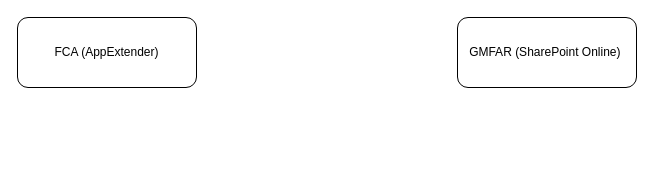
Earlier version of the draw.io diagram page "FCA" (6 of 6) of Nintex Workflow Cloud.drawio (ednat14/edna). Source tidied: cells renumbered, new cells numbered last; positions are measured from the earlier drawing's top-left corner, leaving out a move shared by most shapes. Both pictures are drawn from the tidied source at 100%, with x=0, y=0 at pixel (17, 17).
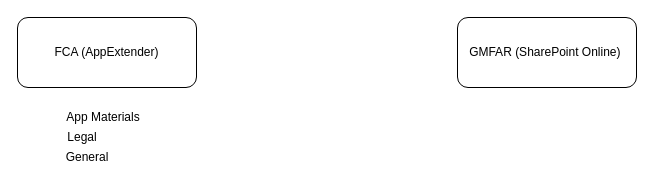
Above is the later version.

The edit, as a diff of the source:
```diff
@@
 <mxGraphModel>
   <root>
     <mxCell id="0" />
     <mxCell id="1" parent="0" />
     <mxCell id="2" value="FCA (AppExtender)" style="rounded=1;whiteSpace=wrap;html=1;" parent="1" vertex="1">
       <mxGeometry width="179" height="70" as="geometry" />
     </mxCell>
     <mxCell id="3" value="GMFAR (SharePoint Online)&amp;nbsp;" style="rounded=1;whiteSpace=wrap;html=1;" parent="1" vertex="1">
       <mxGeometry x="440" width="179" height="70" as="geometry" />
     </mxCell>
+    <mxCell id="4" value="App Materials" style="text;html=1;strokeColor=none;fillColor=none;align=center;verticalAlign=middle;whiteSpace=wrap;rounded=0;" parent="1" vertex="1">
+      <mxGeometry x="35.5" y="90" width="100" height="20" as="geometry" />
+    </mxCell>
+    <mxCell id="5" value="Legal" style="text;html=1;strokeColor=none;fillColor=none;align=center;verticalAlign=middle;whiteSpace=wrap;rounded=0;" parent="1" vertex="1">
+      <mxGeometry x="25" y="110" width="80" height="20" as="geometry" />
+    </mxCell>
+    <mxCell id="6" value="General" style="text;html=1;strokeColor=none;fillColor=none;align=center;verticalAlign=middle;whiteSpace=wrap;rounded=0;" parent="1" vertex="1">
+      <mxGeometry x="30" y="130" width="80" height="20" as="geometry" />
+    </mxCell>
   </root>
 </mxGraphModel>
```
